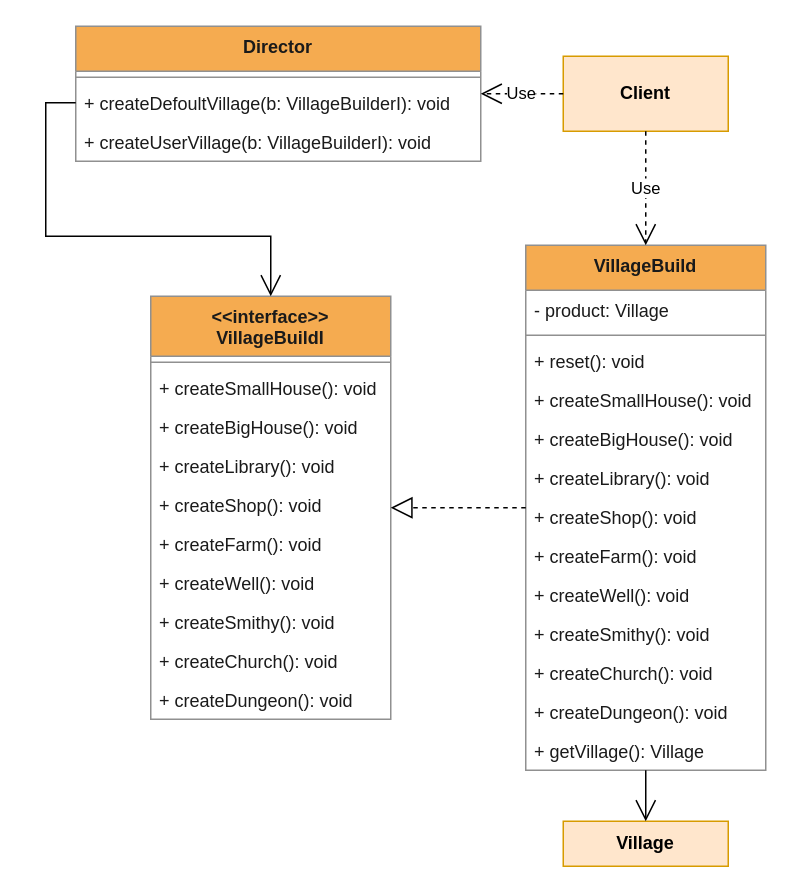
The draw.io diagram diagrams/creational/1builder.drawio in Vlas1d/BasePatterns, before the edit. Source tidied: cells renumbered, new cells numbered last; positions are measured from the earlier drawing's top-left corner, leaving out a move shared by most shapes. Both pictures are drawn from the tidied source at 150%, with x=0, y=0 at pixel (45, 26).
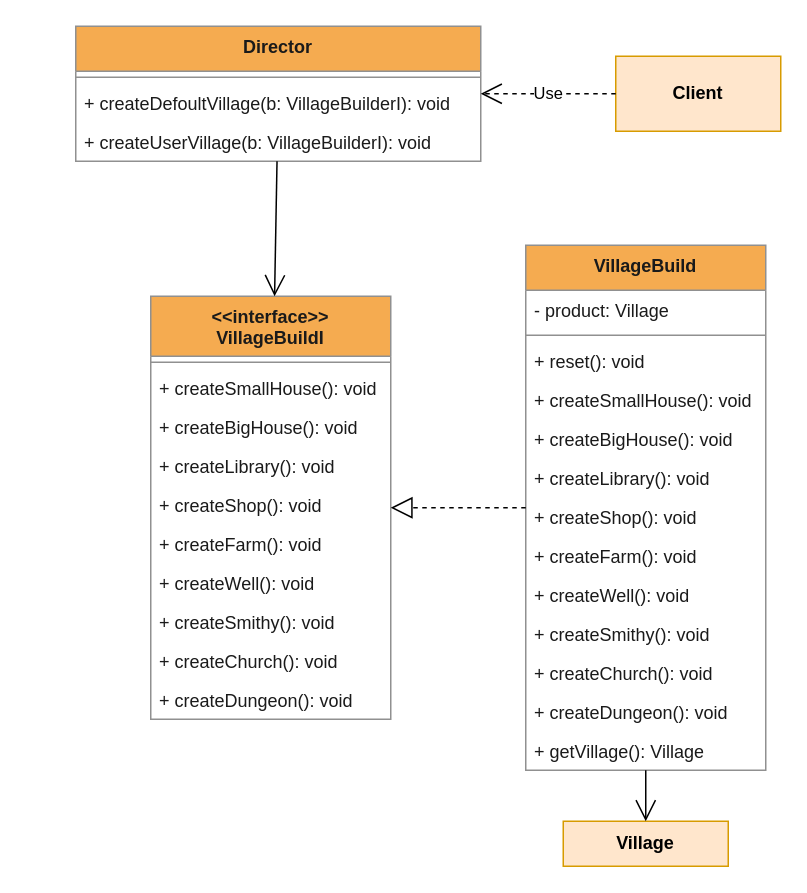
The same diagram, later.

Unchanged cells that the change refers to:
```xml
<mxCell id="2" value="&amp;lt;&amp;lt;interface&amp;gt;&amp;gt;&lt;br&gt;VillageBuildI" style="swimlane;fontStyle=1;align=center;verticalAlign=top;horizontal=1;startSize=40;whiteSpace=wrap;html=1;labelBackgroundColor=none;fillColor=#F5AB50;strokeColor=#909090;fontColor=#1A1A1A;" parent="1" vertex="1">
  <mxGeometry x="70" y="180" width="160" height="282" as="geometry" />
</mxCell>
<mxCell id="13" value="VillageBuild" style="swimlane;fontStyle=1;align=center;verticalAlign=top;horizontal=1;startSize=30;whiteSpace=wrap;html=1;labelBackgroundColor=none;fillColor=#F5AB50;strokeColor=#909090;fontColor=#1A1A1A;" parent="1" vertex="1">
  <mxGeometry x="320" y="146" width="160" height="350" as="geometry" />
</mxCell>
<mxCell id="28" value="Director" style="swimlane;fontStyle=1;align=center;verticalAlign=top;horizontal=1;startSize=30;whiteSpace=wrap;html=1;labelBackgroundColor=none;fillColor=#F5AB50;strokeColor=#909090;fontColor=#1A1A1A;" parent="1" vertex="1">
  <mxGeometry x="20" width="270" height="90" as="geometry" />
</mxCell>
<mxCell id="30" value="+ createDefoultVillage(b: VillageBuilderI): void" style="text;strokeColor=none;fillColor=none;align=left;verticalAlign=top;spacingLeft=4;spacingRight=4;overflow=hidden;points=[[0,0.5],[1,0.5]];portConstraint=eastwest;whiteSpace=wrap;html=1;labelBackgroundColor=none;fontColor=#1A1A1A;" parent="28" vertex="1">
  <mxGeometry y="38" width="270" height="26" as="geometry" />
</mxCell>
```

The edit, as a diff of the source:
```diff
@@
     <mxCell id="32" value="&lt;b&gt;Client&lt;/b&gt;" style="html=1;whiteSpace=wrap;fillColor=#ffe6cc;strokeColor=#d79b00;" parent="1" vertex="1">
-      <mxGeometry x="345" y="20" width="110" height="50" as="geometry" />
+      <mxGeometry x="380" y="20" width="110" height="50" as="geometry" />
     </mxCell>
@@
-    <mxCell id="35" value="Use" style="endArrow=open;endSize=12;dashed=1;html=1;rounded=0;" parent="1" edge="1" source="32" target="13">
-      <mxGeometry relative="1" as="geometry" />
-    </mxCell>
@@
-    <mxCell id="37" style="endArrow=open;endFill=1;endSize=12;html=1;rounded=0;entryX=0.5;entryY=0;entryDx=0;entryDy=0;" parent="1" edge="1" source="30" target="2">
-      <mxGeometry relative="1" as="geometry">
-        <Array as="points">
-          <mxPoint y="51" />
-          <mxPoint y="140" />
-          <mxPoint x="150" y="140" />
-        </Array>
-      </mxGeometry>
-    </mxCell>
+    <mxCell id="38" style="endArrow=open;endFill=1;endSize=12;html=1;rounded=0;" parent="1" edge="1" source="28" target="2">
+      <mxGeometry relative="1" as="geometry" />
+    </mxCell>
```
